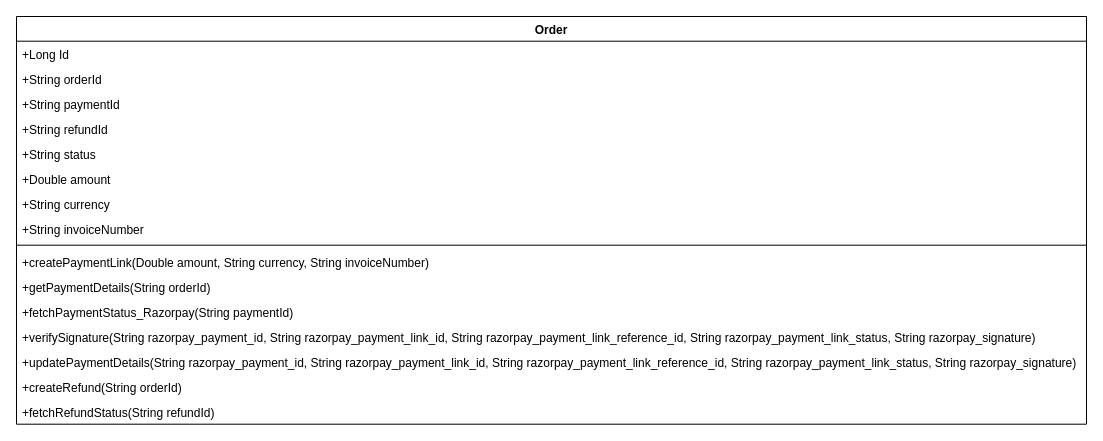
This is ClassDiagrams/PaymentManagement.drawio from goelvinay5/WoolfProjectDocumentation, a draw.io file, before an edit. Source tidied: cells renumbered, new cells numbered last; positions are measured from the earlier drawing's top-left corner, leaving out a move shared by most shapes. Both pictures are drawn from the tidied source at 100%, with x=0, y=0 at pixel (16, 16).
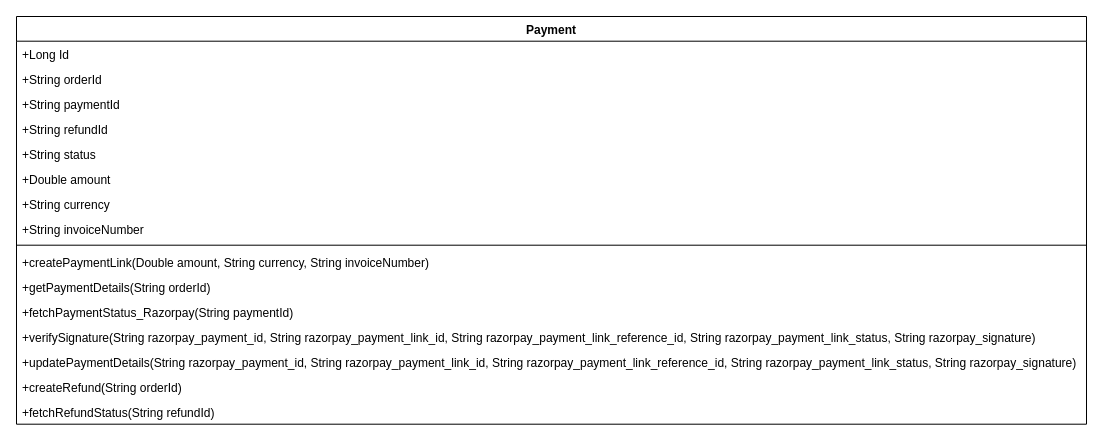
After the change.

The edit, as a diff of the source:
```diff
@@
 <mxGraphModel>
   <root>
     <mxCell id="0" />
     <mxCell id="1" parent="0" />
-    <mxCell id="2" value="Order" style="swimlane;fontStyle=1;align=center;verticalAlign=top;horizontal=1;startSize=24.6875;" parent="1" vertex="1">
+    <mxCell id="2" value="Payment" style="swimlane;fontStyle=1;align=center;verticalAlign=top;horizontal=1;startSize=24.6875;" parent="1" vertex="1">
       <mxGeometry width="1070" height="407.7" as="geometry" />
     </mxCell>
     <mxCell id="3" value="+Long Id" style="text;strokeColor=none;fillColor=none;align=left;verticalAlign=top;spacingLeft=4;spacingRight=4;overflow=hidden;" parent="2" vertex="1">
       <mxGeometry y="24.7" width="1070" height="25" as="geometry" />
     </mxCell>
     <mxCell id="4" value="+String orderId" style="text;strokeColor=none;fillColor=none;align=left;verticalAlign=top;spacingLeft=4;spacingRight=4;overflow=hidden;" parent="2" vertex="1">
       <mxGeometry y="49.7" width="1070" height="25" as="geometry" />
     </mxCell>
     <mxCell id="5" value="+String paymentId" style="text;strokeColor=none;fillColor=none;align=left;verticalAlign=top;spacingLeft=4;spacingRight=4;overflow=hidden;" parent="2" vertex="1">
       <mxGeometry y="74.7" width="1070" height="25" as="geometry" />
     </mxCell>
     <mxCell id="6" value="+String refundId" style="text;strokeColor=none;fillColor=none;align=left;verticalAlign=top;spacingLeft=4;spacingRight=4;overflow=hidden;" parent="2" vertex="1">
       <mxGeometry y="99.7" width="1070" height="25" as="geometry" />
     </mxCell>
     <mxCell id="7" value="+String status" style="text;strokeColor=none;fillColor=none;align=left;verticalAlign=top;spacingLeft=4;spacingRight=4;overflow=hidden;" parent="2" vertex="1">
       <mxGeometry y="124.7" width="1070" height="25" as="geometry" />
     </mxCell>
     <mxCell id="8" value="+Double amount" style="text;strokeColor=none;fillColor=none;align=left;verticalAlign=top;spacingLeft=4;spacingRight=4;overflow=hidden;" parent="2" vertex="1">
       <mxGeometry y="149.7" width="1070" height="25" as="geometry" />
     </mxCell>
     <mxCell id="9" value="+String currency" style="text;strokeColor=none;fillColor=none;align=left;verticalAlign=top;spacingLeft=4;spacingRight=4;overflow=hidden;" parent="2" vertex="1">
       <mxGeometry y="174.7" width="1070" height="25" as="geometry" />
     </mxCell>
     <mxCell id="10" value="+String invoiceNumber" style="text;strokeColor=none;fillColor=none;align=left;verticalAlign=top;spacingLeft=4;spacingRight=4;overflow=hidden;" parent="2" vertex="1">
       <mxGeometry y="199.7" width="1070" height="25" as="geometry" />
     </mxCell>
     <mxCell id="11" style="line;strokeWidth=1;fillColor=none;align=left;verticalAlign=middle;spacingTop=-1;spacingLeft=3;spacingRight=3;labelPosition=right;strokeColor=inherit;" parent="2" vertex="1">
       <mxGeometry y="224.7" width="1070" height="8" as="geometry" />
     </mxCell>
     <mxCell id="12" value="+createPaymentLink(Double amount, String currency, String invoiceNumber)" style="text;strokeColor=none;fillColor=none;align=left;verticalAlign=top;spacingLeft=4;spacingRight=4;overflow=hidden;" parent="2" vertex="1">
       <mxGeometry y="232.7" width="1070" height="25" as="geometry" />
     </mxCell>
     <mxCell id="13" value="+getPaymentDetails(String orderId)" style="text;strokeColor=none;fillColor=none;align=left;verticalAlign=top;spacingLeft=4;spacingRight=4;overflow=hidden;" parent="2" vertex="1">
       <mxGeometry y="257.7" width="1070" height="25" as="geometry" />
     </mxCell>
     <mxCell id="14" value="+fetchPaymentStatus_Razorpay(String paymentId)" style="text;strokeColor=none;fillColor=none;align=left;verticalAlign=top;spacingLeft=4;spacingRight=4;overflow=hidden;" parent="2" vertex="1">
       <mxGeometry y="282.7" width="1070" height="25" as="geometry" />
     </mxCell>
     <mxCell id="15" value="+verifySignature(String razorpay_payment_id, String razorpay_payment_link_id, String razorpay_payment_link_reference_id, String razorpay_payment_link_status, String razorpay_signature)" style="text;strokeColor=none;fillColor=none;align=left;verticalAlign=top;spacingLeft=4;spacingRight=4;overflow=hidden;" parent="2" vertex="1">
       <mxGeometry y="307.7" width="1070" height="25" as="geometry" />
     </mxCell>
     <mxCell id="16" value="+updatePaymentDetails(String razorpay_payment_id, String razorpay_payment_link_id, String razorpay_payment_link_reference_id, String razorpay_payment_link_status, String razorpay_signature)" style="text;strokeColor=none;fillColor=none;align=left;verticalAlign=top;spacingLeft=4;spacingRight=4;overflow=hidden;" parent="2" vertex="1">
       <mxGeometry y="332.7" width="1070" height="25" as="geometry" />
     </mxCell>
     <mxCell id="17" value="+createRefund(String orderId)" style="text;strokeColor=none;fillColor=none;align=left;verticalAlign=top;spacingLeft=4;spacingRight=4;overflow=hidden;" parent="2" vertex="1">
       <mxGeometry y="357.7" width="1070" height="25" as="geometry" />
     </mxCell>
     <mxCell id="18" value="+fetchRefundStatus(String refundId)" style="text;strokeColor=none;fillColor=none;align=left;verticalAlign=top;spacingLeft=4;spacingRight=4;overflow=hidden;" parent="2" vertex="1">
       <mxGeometry y="382.7" width="1070" height="25" as="geometry" />
     </mxCell>
   </root>
 </mxGraphModel>
```
